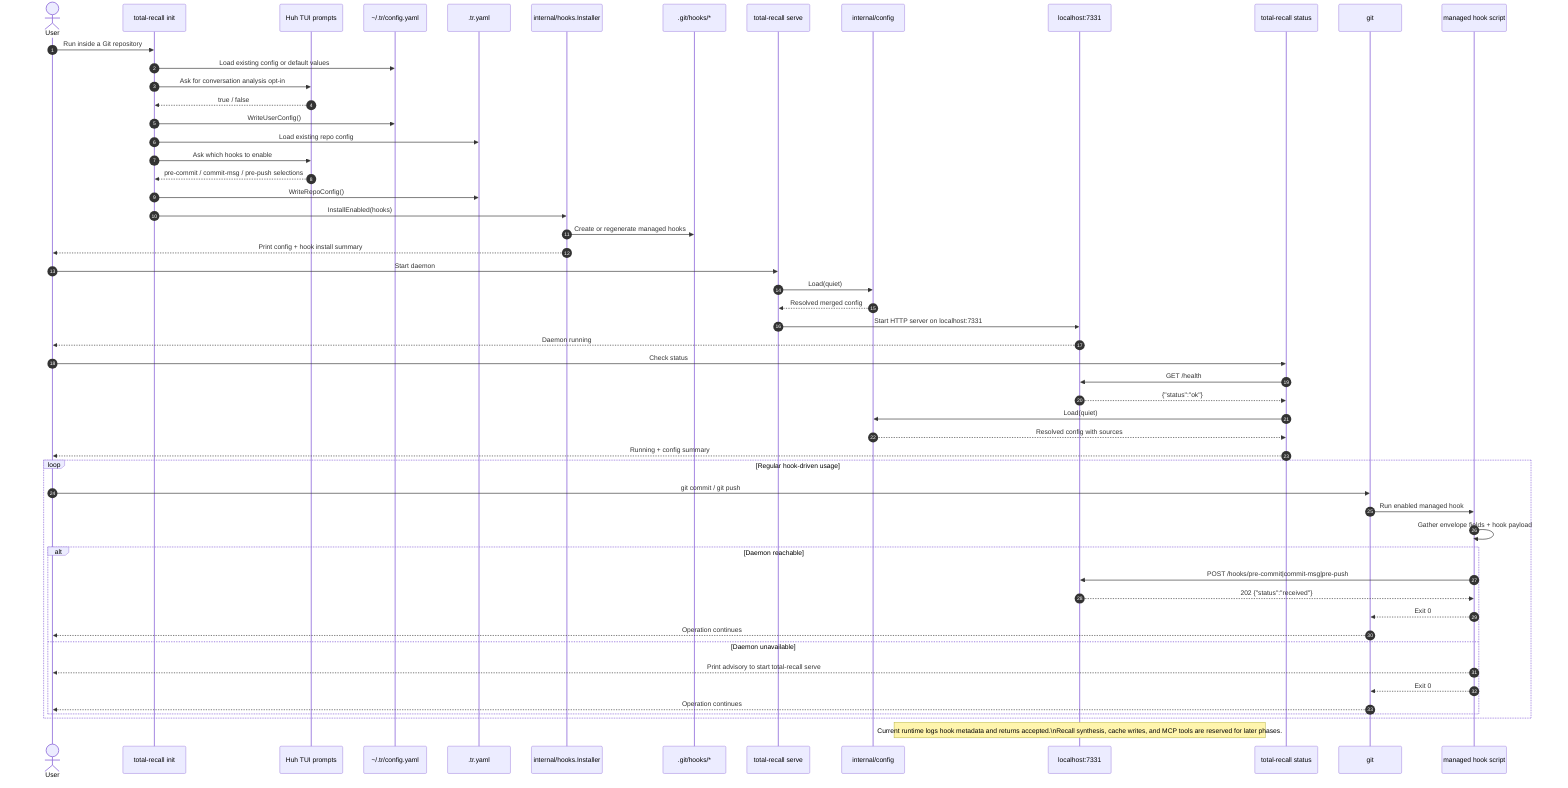
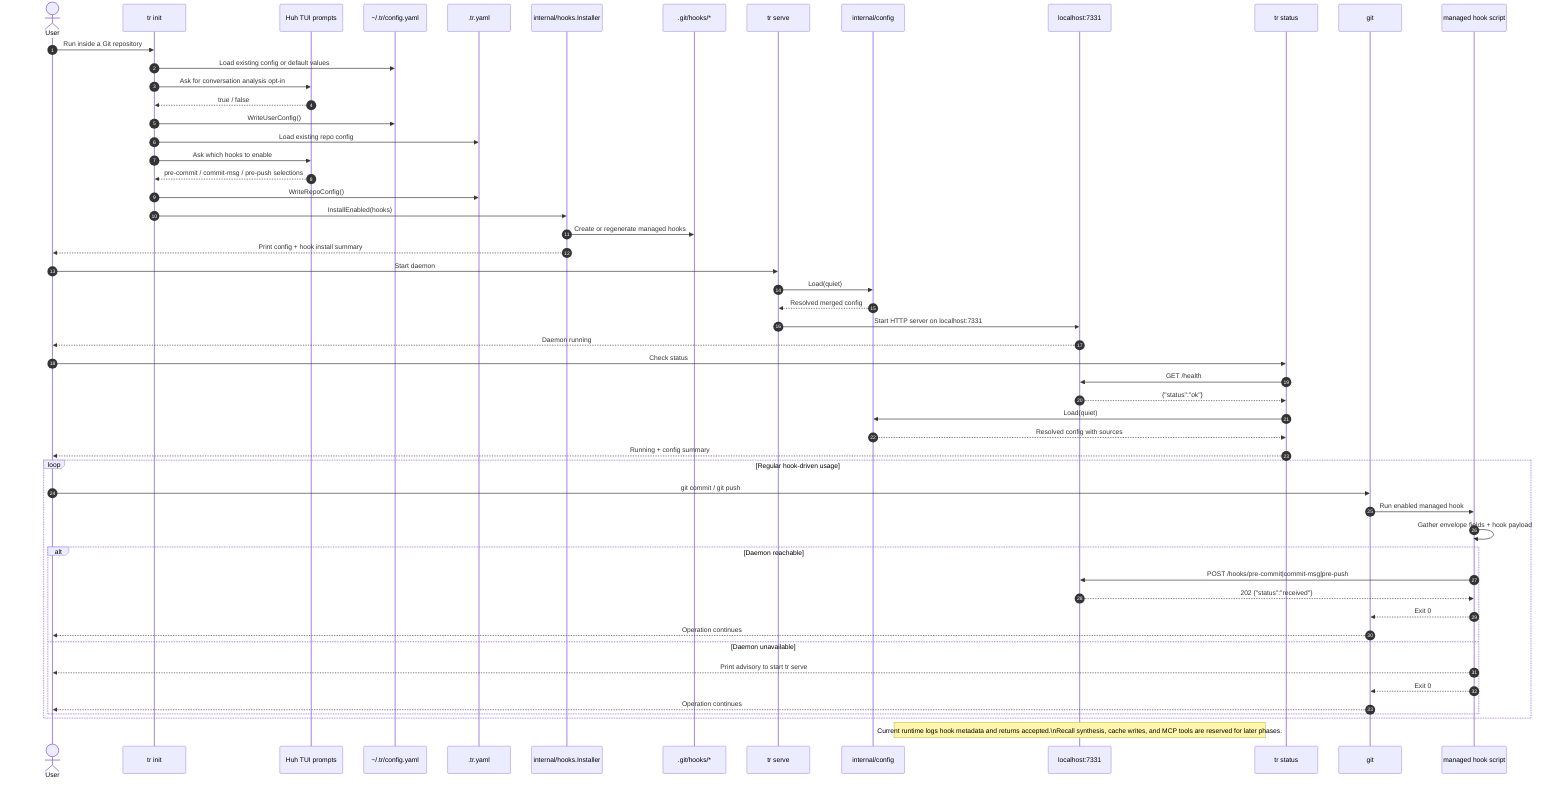
sequenceDiagram
    autonumber
    actor User
-     participant Init as total-recall init
+     participant Init as tr init
    participant Prompt as Huh TUI prompts
    participant UserCfg as ~/.tr/config.yaml
    participant RepoCfg as .tr.yaml
    participant Installer as internal/hooks.Installer
    participant GitHooks as .git/hooks/*
-     participant Serve as total-recall serve
+     participant Serve as tr serve
    participant Config as internal/config
    participant Daemon as localhost:7331
-     participant Status as total-recall status
+     participant Status as tr status
    participant Git as git
    participant Hook as managed hook script

    User->>Init: Run inside a Git repository
    Init->>UserCfg: Load existing config or default values
    Init->>Prompt: Ask for conversation analysis opt-in
    Prompt-->>Init: true / false
    Init->>UserCfg: WriteUserConfig()
    Init->>RepoCfg: Load existing repo config
    Init->>Prompt: Ask which hooks to enable
    Prompt-->>Init: pre-commit / commit-msg / pre-push selections
    Init->>RepoCfg: WriteRepoConfig()
    Init->>Installer: InstallEnabled(hooks)
    Installer->>GitHooks: Create or regenerate managed hooks
    Installer-->>User: Print config + hook install summary

    User->>Serve: Start daemon
    Serve->>Config: Load(quiet)
    Config-->>Serve: Resolved merged config
    Serve->>Daemon: Start HTTP server on localhost:7331
    Daemon-->>User: Daemon running

    User->>Status: Check status
    Status->>Daemon: GET /health
    Daemon-->>Status: {"status":"ok"}
    Status->>Config: Load(quiet)
    Config-->>Status: Resolved config with sources
    Status-->>User: Running + config summary

    loop Regular hook-driven usage
        User->>Git: git commit / git push
        Git->>Hook: Run enabled managed hook
        Hook->>Hook: Gather envelope fields + hook payload
        alt Daemon reachable
            Hook->>Daemon: POST /hooks/pre-commit|commit-msg|pre-push
            Daemon-->>Hook: 202 {"status":"received"}
            Hook-->>Git: Exit 0
            Git-->>User: Operation continues
        else Daemon unavailable
-             Hook-->>User: Print advisory to start total-recall serve
+             Hook-->>User: Print advisory to start tr serve
            Hook-->>Git: Exit 0
            Git-->>User: Operation continues
        end
    end

    Note over Daemon: Current runtime logs hook metadata and returns accepted.\nRecall synthesis, cache writes, and MCP tools are reserved for later phases.
